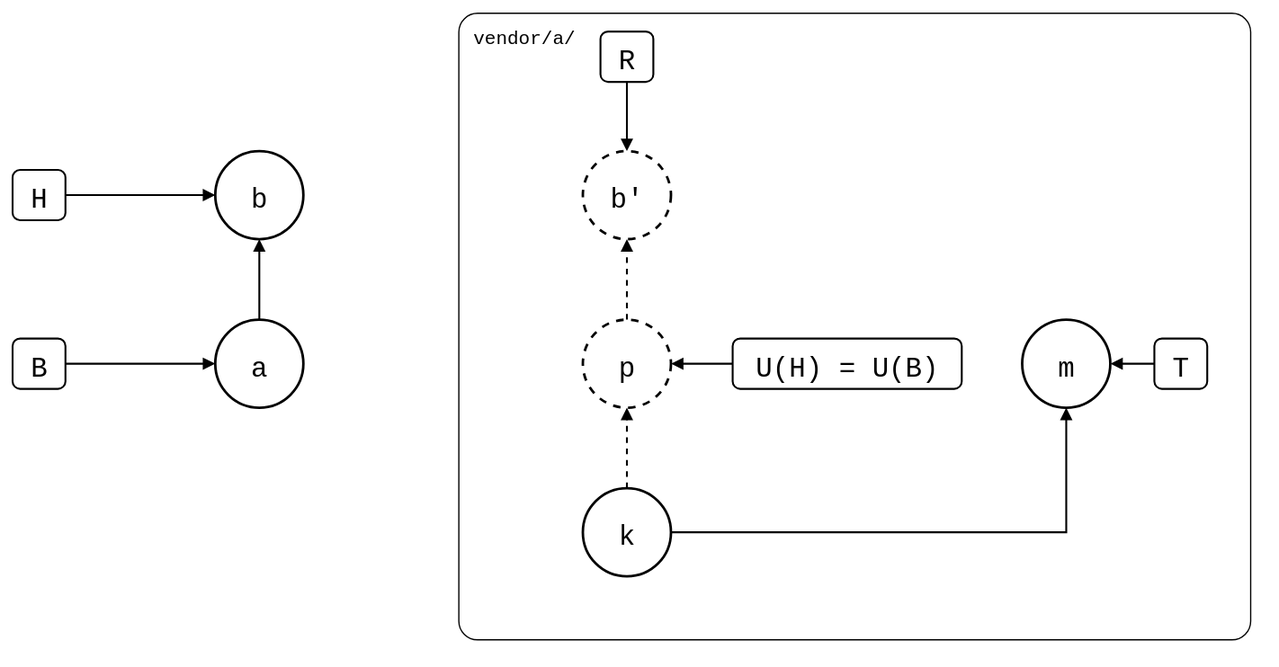
The draw.io diagram git-splice/test/scenarios/06-rewritten-history/04-patch-branch-rebased/01-unpushed-local-commit/unpushed-local-commit.drawio.svg in roschaefer/episodes, before a commit. Source tidied: cells renumbered, new cells last; positions are measured from the earlier drawing's top-left corner, leaving out a move shared by most shapes. Its diagram source:
```xml
<mxGraphModel background="#ffffff">
  <root>
    <mxCell id="0" />
    <mxCell id="1" parent="0" />
    <mxCell id="2" value="vendor/a/" style="rounded=1;arcSize=3;fillColor=none;strokeWidth=1;fontSize=15;verticalAlign=top;align=left;spacingLeft=10;spacingTop=4;fontFamily=Roboto Mono,monospace;" parent="1" vertex="1">
      <mxGeometry x="354" width="629" height="498" as="geometry" />
    </mxCell>
    <mxCell id="3" value="a" style="ellipse;strokeWidth=2;fontSize=22;fontFamily=Roboto Mono,monospace;" parent="1" vertex="1">
      <mxGeometry x="161" y="244" width="70" height="70" as="geometry" />
    </mxCell>
    <mxCell id="4" value="b" style="ellipse;strokeWidth=2;fontSize=22;fontFamily=Roboto Mono,monospace;" parent="1" vertex="1">
      <mxGeometry x="161" y="110" width="70" height="70" as="geometry" />
    </mxCell>
    <mxCell id="5" value="k" style="ellipse;strokeWidth=2;fontSize=22;fontFamily=Roboto Mono,monospace;" parent="1" vertex="1">
      <mxGeometry x="453" y="378" width="70" height="70" as="geometry" />
    </mxCell>
    <mxCell id="6" value="p" style="ellipse;strokeWidth=2;fontSize=22;fontFamily=Roboto Mono,monospace;dashed=1;" parent="1" vertex="1">
      <mxGeometry x="453" y="244" width="70" height="70" as="geometry" />
    </mxCell>
    <mxCell id="7" value="b'" style="ellipse;strokeWidth=2;fontSize=22;fontFamily=Roboto Mono,monospace;dashed=1;" parent="1" vertex="1">
      <mxGeometry x="453" y="110" width="70" height="70" as="geometry" />
    </mxCell>
    <mxCell id="8" value="m" style="ellipse;strokeWidth=2;fontSize=22;fontFamily=Roboto Mono,monospace;" parent="1" vertex="1">
      <mxGeometry x="802" y="244" width="70" height="70" as="geometry" />
    </mxCell>
    <mxCell id="9" value="H" style="rounded=1;strokeWidth=1.5;fontSize=22;fontFamily=Roboto Mono,monospace;" parent="1" vertex="1">
      <mxGeometry y="125" width="42" height="40" as="geometry" />
    </mxCell>
    <mxCell id="10" value="B" style="rounded=1;strokeWidth=1.5;fontSize=22;fontFamily=Roboto Mono,monospace;" parent="1" vertex="1">
      <mxGeometry y="259" width="42" height="40" as="geometry" />
    </mxCell>
    <mxCell id="11" value="R" style="rounded=1;strokeWidth=1.5;fontSize=22;fontFamily=Roboto Mono,monospace;" parent="1" vertex="1">
      <mxGeometry x="467" y="15" width="42" height="40" as="geometry" />
    </mxCell>
    <mxCell id="12" value="U(H) = U(B)" style="rounded=1;strokeWidth=1.5;fontSize=22;fontFamily=Roboto Mono,monospace;" parent="1" vertex="1">
      <mxGeometry x="572" y="259" width="182" height="40" as="geometry" />
    </mxCell>
    <mxCell id="13" value="T" style="rounded=1;strokeWidth=1.5;fontSize=22;fontFamily=Roboto Mono,monospace;" parent="1" vertex="1">
      <mxGeometry x="907" y="259" width="42" height="40" as="geometry" />
    </mxCell>
    <mxCell id="14" style="endArrow=block;endFill=1;html=1;strokeWidth=1.5;rounded=0;" parent="1" edge="1" source="3" target="4">
      <mxGeometry relative="1" as="geometry" />
    </mxCell>
    <mxCell id="15" style="endArrow=block;endFill=1;html=1;strokeWidth=1.5;rounded=0;dashed=1;" parent="1" edge="1" source="5" target="6">
      <mxGeometry relative="1" as="geometry" />
    </mxCell>
    <mxCell id="16" style="endArrow=block;endFill=1;html=1;strokeWidth=1.5;rounded=0;dashed=1;" parent="1" edge="1" source="6" target="7">
      <mxGeometry relative="1" as="geometry" />
    </mxCell>
    <mxCell id="17" style="edgeStyle=orthogonalEdgeStyle;exitX=1;exitY=0.5;entryX=0.5;entryY=1;endArrow=block;endFill=1;html=1;strokeWidth=1.5;rounded=0;" parent="1" edge="1" source="5" target="8">
      <mxGeometry relative="1" as="geometry" />
    </mxCell>
    <mxCell id="18" style="endArrow=block;endFill=1;html=1;strokeWidth=1.5;rounded=0;" parent="1" edge="1" source="9" target="4">
      <mxGeometry relative="1" as="geometry" />
    </mxCell>
    <mxCell id="19" style="endArrow=block;endFill=1;html=1;strokeWidth=1.5;rounded=0;" parent="1" edge="1" source="10" target="3">
      <mxGeometry relative="1" as="geometry" />
    </mxCell>
    <mxCell id="20" style="endArrow=block;endFill=1;html=1;strokeWidth=1.5;rounded=0;" parent="1" edge="1" source="11" target="7">
      <mxGeometry relative="1" as="geometry" />
    </mxCell>
    <mxCell id="21" style="endArrow=block;endFill=1;html=1;strokeWidth=1.5;rounded=0;" parent="1" edge="1" source="12" target="6">
      <mxGeometry relative="1" as="geometry" />
    </mxCell>
    <mxCell id="22" style="endArrow=block;endFill=1;html=1;strokeWidth=1.5;rounded=0;" parent="1" edge="1" source="13" target="8">
      <mxGeometry relative="1" as="geometry" />
    </mxCell>
  </root>
</mxGraphModel>
```
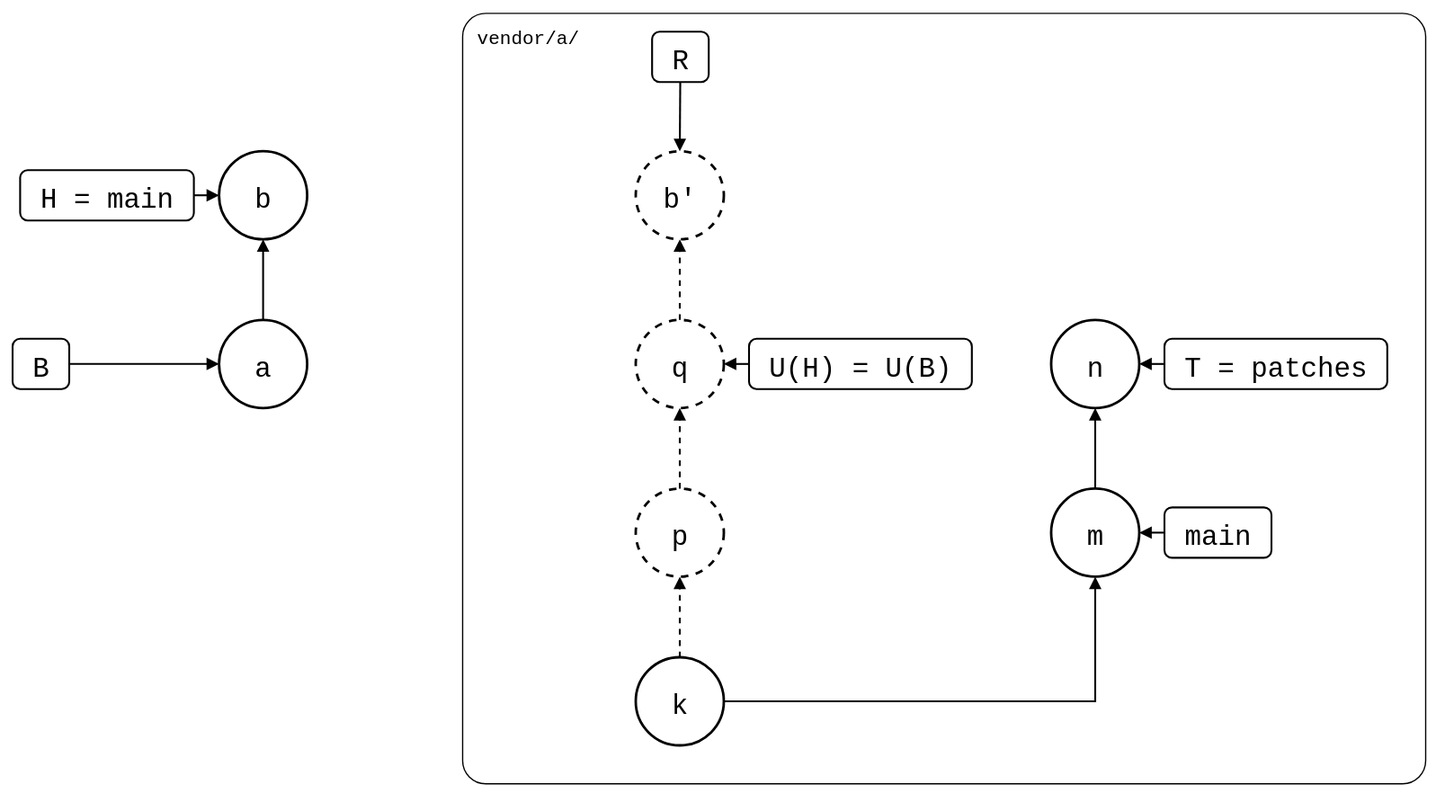
After the commit.

What changed in the source:
```diff
@@ -3,67 +3,85 @@
     <mxCell id="0" />
     <mxCell id="1" parent="0" />
     <mxCell id="2" value="vendor/a/" style="rounded=1;arcSize=3;fillColor=none;strokeWidth=1;fontSize=15;verticalAlign=top;align=left;spacingLeft=10;spacingTop=4;fontFamily=Roboto Mono,monospace;" parent="1" vertex="1">
-      <mxGeometry x="354" width="629" height="498" as="geometry" />
+      <mxGeometry x="354" width="765" height="612" as="geometry" />
     </mxCell>
+    <mxCell id="5" value="k" style="ellipse;strokeWidth=2;fontSize=22;fontFamily=Roboto Mono,monospace;" parent="1" vertex="1">
+      <mxGeometry x="492" y="512" width="70" height="70" as="geometry" />
+    </mxCell>
+    <mxCell id="6" value="p" style="ellipse;strokeWidth=2;fontSize=22;fontFamily=Roboto Mono,monospace;dashed=1;" parent="1" vertex="1">
+      <mxGeometry x="492" y="378" width="70" height="70" as="geometry" />
+    </mxCell>
+    <mxCell id="23" value="q" style="ellipse;strokeWidth=2;fontSize=22;fontFamily=Roboto Mono,monospace;dashed=1;" parent="1" vertex="1">
+      <mxGeometry x="492" y="244" width="70" height="70" as="geometry" />
+    </mxCell>
+    <mxCell id="8" value="m" style="ellipse;strokeWidth=2;fontSize=22;fontFamily=Roboto Mono,monospace;" parent="1" vertex="1">
+      <mxGeometry x="822" y="378" width="70" height="70" as="geometry" />
+    </mxCell>
+    <mxCell id="24" value="n" style="ellipse;strokeWidth=2;fontSize=22;fontFamily=Roboto Mono,monospace;" parent="1" vertex="1">
+      <mxGeometry x="822" y="244" width="70" height="70" as="geometry" />
+    </mxCell>
     <mxCell id="3" value="a" style="ellipse;strokeWidth=2;fontSize=22;fontFamily=Roboto Mono,monospace;" parent="1" vertex="1">
       <mxGeometry x="161" y="244" width="70" height="70" as="geometry" />
     </mxCell>
     <mxCell id="4" value="b" style="ellipse;strokeWidth=2;fontSize=22;fontFamily=Roboto Mono,monospace;" parent="1" vertex="1">
       <mxGeometry x="161" y="110" width="70" height="70" as="geometry" />
     </mxCell>
-    <mxCell id="5" value="k" style="ellipse;strokeWidth=2;fontSize=22;fontFamily=Roboto Mono,monospace;" parent="1" vertex="1">
-      <mxGeometry x="453" y="378" width="70" height="70" as="geometry" />
-    </mxCell>
-    <mxCell id="6" value="p" style="ellipse;strokeWidth=2;fontSize=22;fontFamily=Roboto Mono,monospace;dashed=1;" parent="1" vertex="1">
-      <mxGeometry x="453" y="244" width="70" height="70" as="geometry" />
-    </mxCell>
     <mxCell id="7" value="b'" style="ellipse;strokeWidth=2;fontSize=22;fontFamily=Roboto Mono,monospace;dashed=1;" parent="1" vertex="1">
-      <mxGeometry x="453" y="110" width="70" height="70" as="geometry" />
+      <mxGeometry x="492" y="110" width="70" height="70" as="geometry" />
     </mxCell>
-    <mxCell id="8" value="m" style="ellipse;strokeWidth=2;fontSize=22;fontFamily=Roboto Mono,monospace;" parent="1" vertex="1">
-      <mxGeometry x="802" y="244" width="70" height="70" as="geometry" />
-    </mxCell>
-    <mxCell id="9" value="H" style="rounded=1;strokeWidth=1.5;fontSize=22;fontFamily=Roboto Mono,monospace;" parent="1" vertex="1">
-      <mxGeometry y="125" width="42" height="40" as="geometry" />
+    <mxCell id="9" value="H = main" style="rounded=1;strokeWidth=1.5;fontSize=22;fontFamily=Roboto Mono,monospace;" parent="1" vertex="1">
+      <mxGeometry x="3" y="125" width="138" height="40" as="geometry" />
     </mxCell>
     <mxCell id="10" value="B" style="rounded=1;strokeWidth=1.5;fontSize=22;fontFamily=Roboto Mono,monospace;" parent="1" vertex="1">
-      <mxGeometry y="259" width="42" height="40" as="geometry" />
+      <mxGeometry x="-3" y="259" width="45" height="40" as="geometry" />
     </mxCell>
     <mxCell id="11" value="R" style="rounded=1;strokeWidth=1.5;fontSize=22;fontFamily=Roboto Mono,monospace;" parent="1" vertex="1">
-      <mxGeometry x="467" y="15" width="42" height="40" as="geometry" />
+      <mxGeometry x="505" y="15" width="45" height="40" as="geometry" />
     </mxCell>
     <mxCell id="12" value="U(H) = U(B)" style="rounded=1;strokeWidth=1.5;fontSize=22;fontFamily=Roboto Mono,monospace;" parent="1" vertex="1">
-      <mxGeometry x="572" y="259" width="182" height="40" as="geometry" />
+      <mxGeometry x="582" y="259" width="177" height="40" as="geometry" />
     </mxCell>
-    <mxCell id="13" value="T" style="rounded=1;strokeWidth=1.5;fontSize=22;fontFamily=Roboto Mono,monospace;" parent="1" vertex="1">
-      <mxGeometry x="907" y="259" width="42" height="40" as="geometry" />
-    </mxCell>
+    <mxCell id="25" value="main" style="rounded=1;strokeWidth=1.5;fontSize=22;fontFamily=Roboto Mono,monospace;" parent="1" vertex="1">
+      <mxGeometry x="912" y="393" width="85" height="40" as="geometry" />
+    </mxCell>
+    <mxCell id="26" value="T = patches" style="rounded=1;strokeWidth=1.5;fontSize=22;fontFamily=Roboto Mono,monospace;" parent="1" vertex="1">
+      <mxGeometry x="912" y="259" width="177" height="40" as="geometry" />
+    </mxCell>
-    <mxCell id="14" style="endArrow=block;endFill=1;html=1;strokeWidth=1.5;rounded=0;" parent="1" edge="1" source="3" target="4">
+    <mxCell id="14" style="endArrow=block;endFill=1;html=1;strokeWidth=1.5;rounded=0;dashed=1;" parent="1" edge="1" source="5" target="6">
       <mxGeometry relative="1" as="geometry" />
     </mxCell>
-    <mxCell id="15" style="endArrow=block;endFill=1;html=1;strokeWidth=1.5;rounded=0;dashed=1;" parent="1" edge="1" source="5" target="6">
+    <mxCell id="15" style="endArrow=block;endFill=1;html=1;strokeWidth=1.5;rounded=0;dashed=1;" parent="1" edge="1" source="6" target="23">
       <mxGeometry relative="1" as="geometry" />
     </mxCell>
-    <mxCell id="16" style="endArrow=block;endFill=1;html=1;strokeWidth=1.5;rounded=0;dashed=1;" parent="1" edge="1" source="6" target="7">
+    <mxCell id="16" style="edgeStyle=orthogonalEdgeStyle;exitX=1;exitY=0.5;entryX=0.5;entryY=1;endArrow=block;endFill=1;html=1;strokeWidth=1.5;rounded=0;" parent="1" edge="1" source="5" target="8">
       <mxGeometry relative="1" as="geometry" />
     </mxCell>
-    <mxCell id="17" style="edgeStyle=orthogonalEdgeStyle;exitX=1;exitY=0.5;entryX=0.5;entryY=1;endArrow=block;endFill=1;html=1;strokeWidth=1.5;rounded=0;" parent="1" edge="1" source="5" target="8">
+    <mxCell id="17" style="endArrow=block;endFill=1;html=1;strokeWidth=1.5;rounded=0;" parent="1" edge="1" source="8" target="24">
       <mxGeometry relative="1" as="geometry" />
     </mxCell>
-    <mxCell id="18" style="endArrow=block;endFill=1;html=1;strokeWidth=1.5;rounded=0;" parent="1" edge="1" source="9" target="4">
+    <mxCell id="18" style="endArrow=block;endFill=1;html=1;strokeWidth=1.5;rounded=0;" parent="1" edge="1" source="3" target="4">
       <mxGeometry relative="1" as="geometry" />
     </mxCell>
-    <mxCell id="19" style="endArrow=block;endFill=1;html=1;strokeWidth=1.5;rounded=0;" parent="1" edge="1" source="10" target="3">
+    <mxCell id="19" style="endArrow=block;endFill=1;html=1;strokeWidth=1.5;rounded=0;dashed=1;" parent="1" edge="1" source="23" target="7">
       <mxGeometry relative="1" as="geometry" />
     </mxCell>
-    <mxCell id="20" style="endArrow=block;endFill=1;html=1;strokeWidth=1.5;rounded=0;" parent="1" edge="1" source="11" target="7">
+    <mxCell id="20" style="endArrow=block;endFill=1;html=1;strokeWidth=1.5;rounded=0;" parent="1" edge="1" source="9" target="4">
       <mxGeometry relative="1" as="geometry" />
     </mxCell>
-    <mxCell id="21" style="endArrow=block;endFill=1;html=1;strokeWidth=1.5;rounded=0;" parent="1" edge="1" source="12" target="6">
+    <mxCell id="21" style="endArrow=block;endFill=1;html=1;strokeWidth=1.5;rounded=0;" parent="1" edge="1" source="10" target="3">
       <mxGeometry relative="1" as="geometry" />
     </mxCell>
-    <mxCell id="22" style="endArrow=block;endFill=1;html=1;strokeWidth=1.5;rounded=0;" parent="1" edge="1" source="13" target="8">
+    <mxCell id="22" style="endArrow=block;endFill=1;html=1;strokeWidth=1.5;rounded=0;" parent="1" edge="1" source="11" target="7">
       <mxGeometry relative="1" as="geometry" />
     </mxCell>
+    <mxCell id="27" style="endArrow=block;endFill=1;html=1;strokeWidth=1.5;rounded=0;" parent="1" edge="1" source="12" target="23">
+      <mxGeometry relative="1" as="geometry" />
+    </mxCell>
+    <mxCell id="28" style="endArrow=block;endFill=1;html=1;strokeWidth=1.5;rounded=0;" parent="1" edge="1" source="25" target="8">
+      <mxGeometry relative="1" as="geometry" />
+    </mxCell>
+    <mxCell id="29" style="endArrow=block;endFill=1;html=1;strokeWidth=1.5;rounded=0;" parent="1" edge="1" source="26" target="24">
+      <mxGeometry relative="1" as="geometry" />
+    </mxCell>
   </root>
 </mxGraphModel>
```
